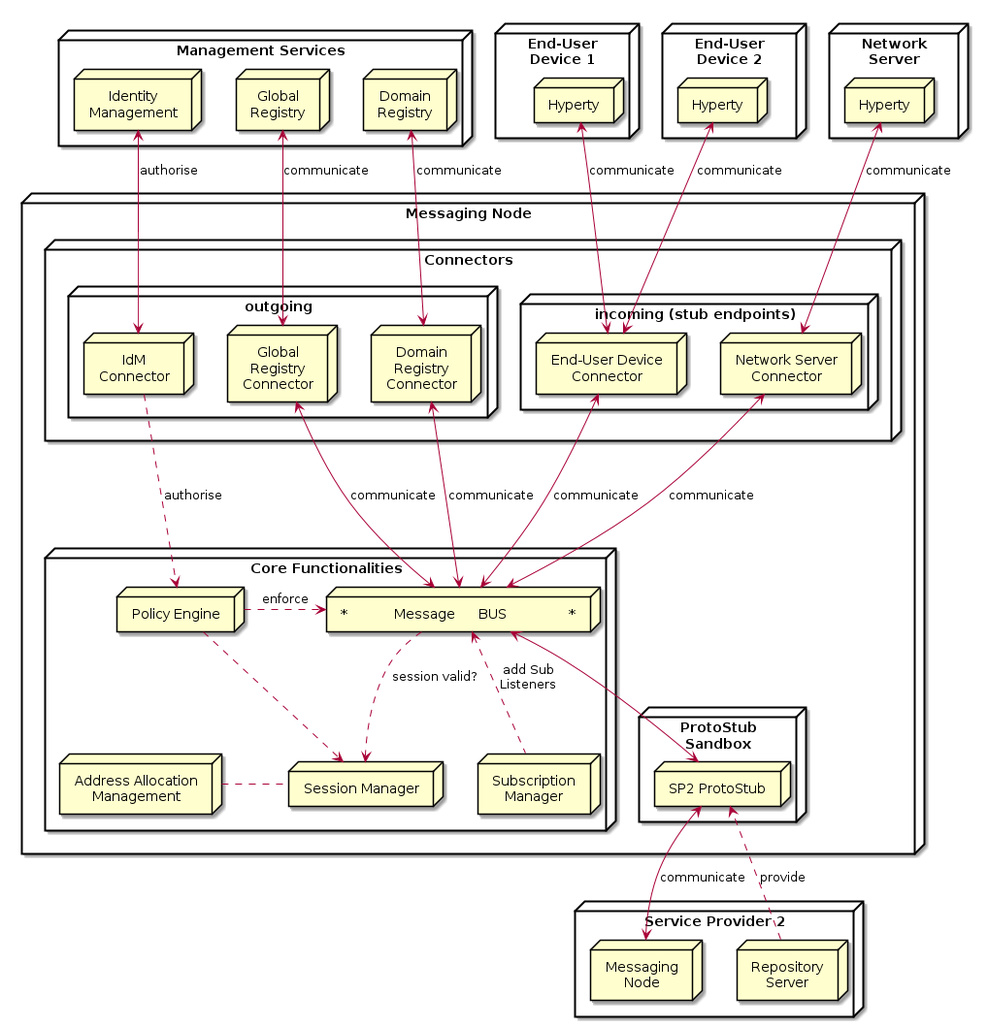
The PlantUML diagram messaging-framework/msg-node-architecture.png in reTHINK-project/specs, before a commit.
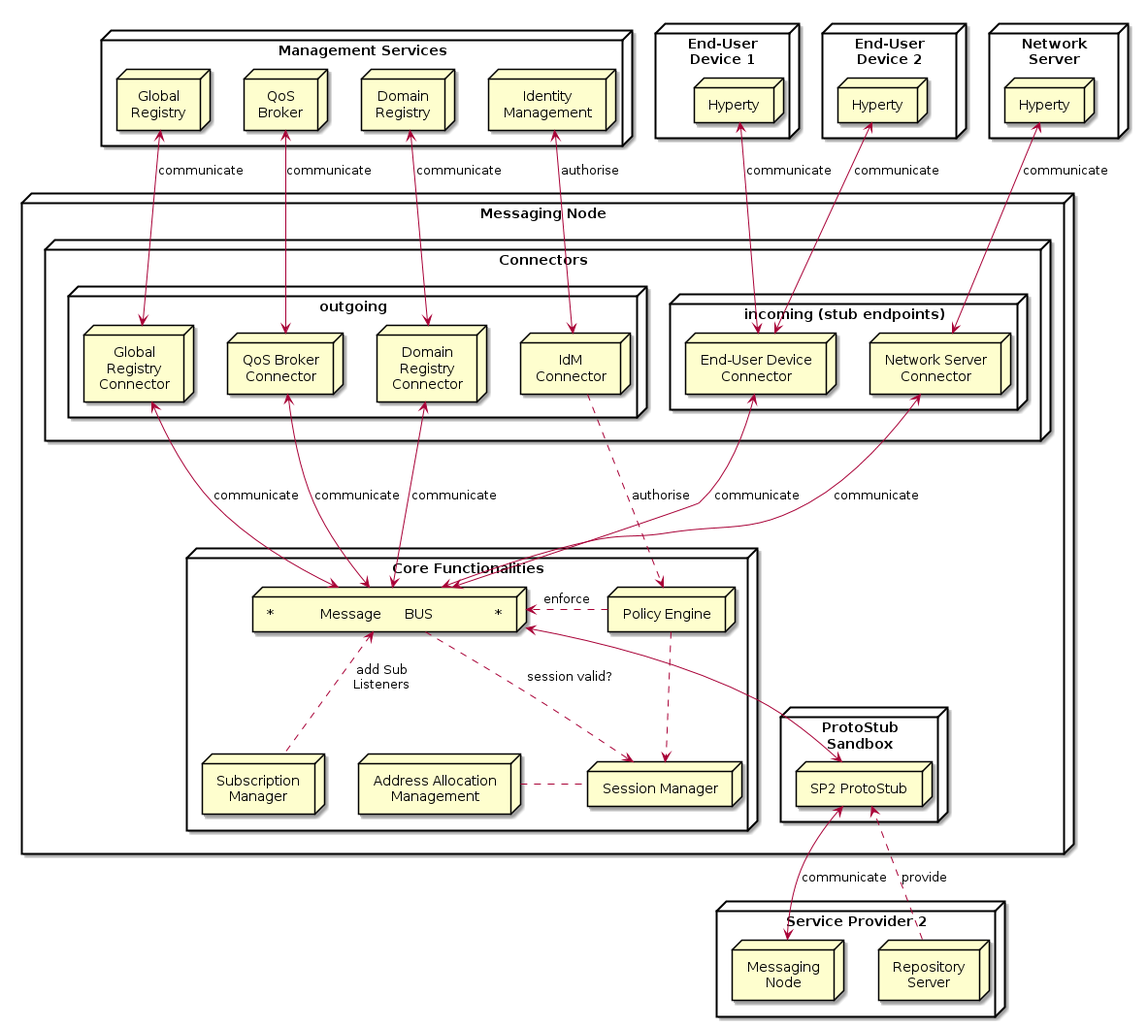
After the commit.

Diff of the diagram source:
```diff
@@ -5,6 +5,7 @@
 	node "Global\nRegistry" as GReg
 	node "Domain\nRegistry" as DomReg
 	node "Identity\nManagement" as IdM1
+	node "QoS\nBroker" as QoS
 }
 
 node "Service Provider 2" as SP2 {
@@ -37,6 +38,7 @@
 		node "IdM\nConnector" as ConnIdM
 		node "Global\nRegistry\nConnector" as ConnGReg
 		node "Domain\nRegistry\nConnector" as ConnDomReg
+		node "QoS Broker\nConnector" as ConnQoS
 	}
 	node "incoming (stub endpoints)" as ConnIn {
 		node "End-User Device\nConnector" as ConnUser
@@ -91,6 +93,8 @@
  Bus <-up-> ConnDomReg : communicate
  ConnGReg <-up-> GReg : communicate
  ConnDomReg <-up-> DomReg : communicate
+ ConnQoS <-up-> QoS : communicate
+ Bus <-up-> ConnQoS : communicate
 
 
 @enduml
```
